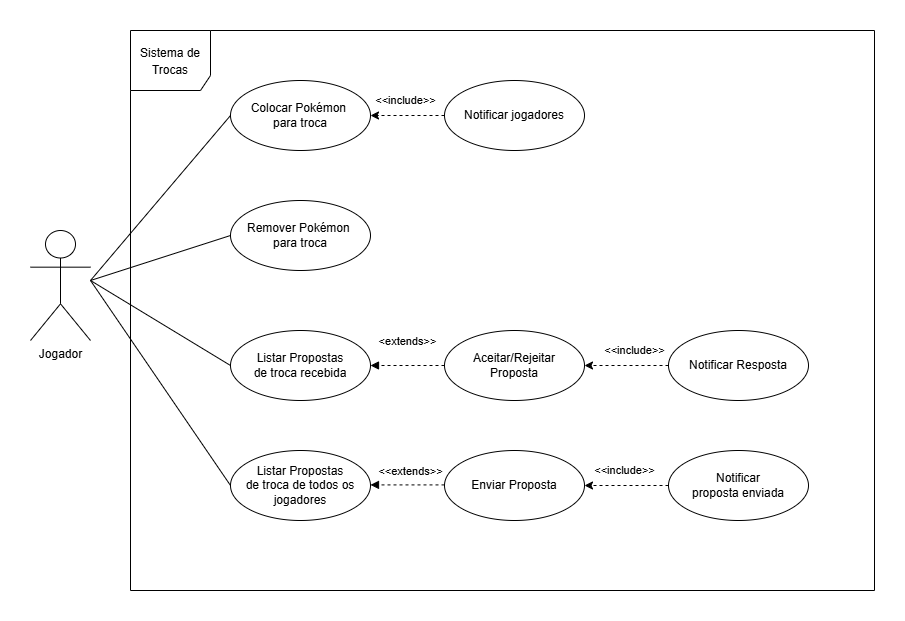
InatelS203-2025-1/TrocaDeCartas keeps this draw.io diagram as Diagramas/Diagrama_de_uso.png. Above is the earlier version. Source tidied: cells renumbered, new cells last; positions are measured from the earlier drawing's top-left corner, leaving out a move shared by most shapes.
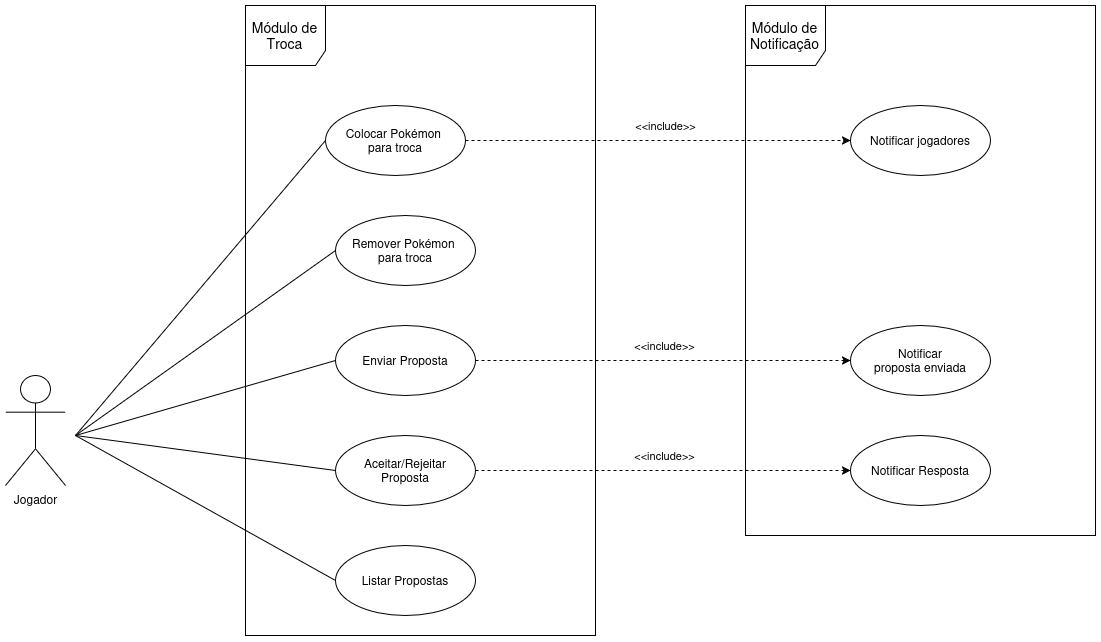
Above is the later version.

Commit message:
Adiciona os diagramas atualizados com a implementação do SOLID.

The edit, as a diff of the source:
```diff
@@ -4,86 +4,70 @@
     <mxCell id="1" parent="0" />
     <mxCell id="2" style="rounded=0;jettySize=auto;html=1;entryX=0;entryY=0.5;entryDx=0;entryDy=0;endArrow=none;startFill=0;" parent="1" edge="1" target="6">
       <mxGeometry relative="1" as="geometry">
-        <mxPoint x="60" y="250" as="sourcePoint" />
+        <mxPoint x="-406" y="-20" as="sourcePoint" />
       </mxGeometry>
     </mxCell>
     <mxCell id="3" style="rounded=0;jettySize=auto;html=1;endArrow=none;startFill=0;entryX=0;entryY=0.5;entryDx=0;entryDy=0;" parent="1" edge="1" target="9">
       <mxGeometry relative="1" as="geometry">
-        <mxPoint x="60" y="250" as="sourcePoint" />
+        <mxPoint x="-406" y="-20" as="sourcePoint" />
       </mxGeometry>
     </mxCell>
-    <mxCell id="4" style="rounded=0;jettySize=auto;html=1;endArrow=none;startFill=0;entryX=0;entryY=0.5;entryDx=0;entryDy=0;" parent="1" edge="1" target="21">
+    <mxCell id="4" style="rounded=0;jettySize=auto;html=1;entryX=0;entryY=0.5;entryDx=0;entryDy=0;endArrow=none;startFill=0;" parent="1" edge="1" target="11">
       <mxGeometry relative="1" as="geometry">
-        <mxPoint x="60" y="250" as="sourcePoint" />
+        <mxPoint x="-406" y="-20" as="sourcePoint" />
       </mxGeometry>
     </mxCell>
     <mxCell id="5" value="Jogador" style="shape=umlActor;verticalLabelPosition=bottom;verticalAlign=top;html=1;" parent="1" vertex="1">
-      <mxGeometry y="200" width="60" height="110" as="geometry" />
+      <mxGeometry x="-476" y="-80" width="60" height="110" as="geometry" />
     </mxCell>
     <mxCell id="6" value="Colocar Pokémon&amp;nbsp;&lt;div&gt;para troca&lt;/div&gt;" style="ellipse;whiteSpace=wrap;html=1;" parent="1" vertex="1">
-      <mxGeometry x="200" y="50" width="140" height="70" as="geometry" />
+      <mxGeometry x="-156" y="-350" width="140" height="70" as="geometry" />
     </mxCell>
     <mxCell id="7" value="&lt;font&gt;Notificar&lt;/font&gt;&lt;div&gt;&lt;font&gt;proposta enviada&lt;/font&gt;&lt;/div&gt;" style="ellipse;whiteSpace=wrap;html=1;" parent="1" vertex="1">
-      <mxGeometry x="638" y="420" width="140" height="70" as="geometry" />
+      <mxGeometry x="369" y="-130" width="140" height="70" as="geometry" />
     </mxCell>
-    <mxCell id="8" value="&lt;font style=&quot;font-size: 12px;&quot;&gt;Sistema de Trocas&lt;/font&gt;" style="shape=umlFrame;whiteSpace=wrap;html=1;align=center;width=80;height=60;fontSize=14;verticalAlign=middle;" parent="1" vertex="1">
-      <mxGeometry x="100" width="744" height="560" as="geometry" />
-    </mxCell>
-    <mxCell id="9" value="Listar Propostas&lt;div&gt;de troca recebida&lt;/div&gt;" style="ellipse;whiteSpace=wrap;html=1;" parent="1" vertex="1">
-      <mxGeometry x="200" y="300" width="140" height="70" as="geometry" />
+    <mxCell id="9" value="&lt;div&gt;Listar Propostas&lt;/div&gt;" style="ellipse;whiteSpace=wrap;html=1;" parent="1" vertex="1">
+      <mxGeometry x="-146" y="90" width="140" height="70" as="geometry" />
     </mxCell>
-    <mxCell id="10" value="&amp;lt;&amp;lt;include&amp;gt;&amp;gt;" style="edgeStyle=none;shape=connector;rounded=0;jettySize=auto;html=1;strokeColor=default;align=center;verticalAlign=middle;fontFamily=Helvetica;fontSize=11;fontColor=default;labelBackgroundColor=default;startFill=0;endArrow=classic;endFill=1;exitX=0;exitY=0.5;exitDx=0;exitDy=0;dashed=1;" parent="1" edge="1" source="7" target="11">
-      <mxGeometry x="0.05" y="-15" relative="1" as="geometry" />
+    <mxCell id="10" value="&amp;lt;&amp;lt;include&amp;gt;&amp;gt;" style="edgeStyle=none;shape=connector;rounded=0;jettySize=auto;html=1;strokeColor=default;align=center;verticalAlign=middle;fontFamily=Helvetica;fontSize=11;fontColor=default;labelBackgroundColor=default;startFill=0;endArrow=classic;endFill=1;exitX=1;exitY=0.5;exitDx=0;exitDy=0;dashed=1;entryX=0;entryY=0.5;entryDx=0;entryDy=0;" parent="1" edge="1" source="11" target="7">
+      <mxGeometry x="0.01" y="15" relative="1" as="geometry" />
     </mxCell>
     <mxCell id="11" value="Enviar Proposta" style="ellipse;whiteSpace=wrap;html=1;" parent="1" vertex="1">
-      <mxGeometry x="414" y="420" width="140" height="70" as="geometry" />
+      <mxGeometry x="-146" y="-130" width="140" height="70" as="geometry" />
     </mxCell>
-    <mxCell id="12" style="edgeStyle=none;shape=connector;rounded=0;jettySize=auto;html=1;entryX=1;entryY=0.5;entryDx=0;entryDy=0;strokeColor=default;align=center;verticalAlign=middle;fontFamily=Helvetica;fontSize=11;fontColor=default;labelBackgroundColor=default;startFill=0;endArrow=block;startArrow=none;dashed=1;exitX=0;exitY=0.5;exitDx=0;exitDy=0;endFill=1;" parent="1" edge="1" source="13">
-      <mxGeometry relative="1" as="geometry">
-        <mxPoint x="340" y="335" as="targetPoint" />
-      </mxGeometry>
-    </mxCell>
     <mxCell id="13" value="Aceitar/Rejeitar&lt;br&gt;Proposta" style="ellipse;whiteSpace=wrap;html=1;" parent="1" vertex="1">
-      <mxGeometry x="414" y="300" width="140" height="70" as="geometry" />
+      <mxGeometry x="-146" y="-20" width="140" height="70" as="geometry" />
     </mxCell>
-    <mxCell id="14" value="&amp;lt;extends&amp;gt;&amp;gt;" style="edgeLabel;html=1;align=center;verticalAlign=middle;fontFamily=Helvetica;fontSize=11;fontColor=default;labelBackgroundColor=default;" parent="1" vertex="1">
-      <mxGeometry x="364" y="420" as="geometry">
-        <mxPoint x="12" y="-110" as="offset" />
-      </mxGeometry>
-    </mxCell>
-    <mxCell id="15" value="&amp;lt;&amp;lt;include&amp;gt;&amp;gt;" style="rounded=0;jettySize=auto;html=1;entryX=1;entryY=0.5;entryDx=0;entryDy=0;dashed=1;" parent="1" edge="1" source="16" target="6">
-      <mxGeometry x="0.04" y="-15" relative="1" as="geometry" />
+    <mxCell id="15" value="&amp;lt;&amp;lt;include&amp;gt;&amp;gt;" style="rounded=0;jettySize=auto;html=1;dashed=1;exitX=1;exitY=0.5;exitDx=0;exitDy=0;entryX=0;entryY=0.5;entryDx=0;entryDy=0;" parent="1" edge="1" source="6" target="16">
+      <mxGeometry x="0.04" y="15" relative="1" as="geometry" />
     </mxCell>
     <mxCell id="16" value="Notificar jogadores" style="ellipse;whiteSpace=wrap;html=1;" parent="1" vertex="1">
-      <mxGeometry x="414" y="50" width="140" height="70" as="geometry" />
+      <mxGeometry x="369" y="-350" width="140" height="70" as="geometry" />
     </mxCell>
     <mxCell id="17" value="Notificar Resposta" style="ellipse;whiteSpace=wrap;html=1;" parent="1" vertex="1">
-      <mxGeometry x="638" y="300" width="140" height="70" as="geometry" />
+      <mxGeometry x="369" y="-20" width="140" height="70" as="geometry" />
     </mxCell>
-    <mxCell id="18" value="&amp;lt;&amp;lt;include&amp;gt;&amp;gt;" style="edgeStyle=none;shape=connector;rounded=0;jettySize=auto;html=1;strokeColor=default;align=center;verticalAlign=middle;fontFamily=Helvetica;fontSize=11;fontColor=default;labelBackgroundColor=default;startFill=0;endArrow=classic;endFill=1;entryX=1;entryY=0.5;entryDx=0;entryDy=0;dashed=1;exitX=0;exitY=0.5;exitDx=0;exitDy=0;" parent="1" edge="1" source="17" target="13">
-      <mxGeometry x="-0.2" y="-15" relative="1" as="geometry" />
+    <mxCell id="18" value="&amp;lt;&amp;lt;include&amp;gt;&amp;gt;" style="edgeStyle=none;shape=connector;rounded=0;jettySize=auto;html=1;strokeColor=default;align=center;verticalAlign=middle;fontFamily=Helvetica;fontSize=11;fontColor=default;labelBackgroundColor=default;startFill=0;endArrow=classic;endFill=1;dashed=1;exitX=1;exitY=0.5;exitDx=0;exitDy=0;entryX=0;entryY=0.5;entryDx=0;entryDy=0;" parent="1" edge="1" source="13" target="17">
+      <mxGeometry x="0.01" y="15" relative="1" as="geometry" />
     </mxCell>
     <mxCell id="19" style="rounded=0;jettySize=auto;html=1;endArrow=none;startFill=0;exitX=0;exitY=0.5;exitDx=0;exitDy=0;" parent="1" edge="1" source="20">
       <mxGeometry relative="1" as="geometry">
-        <mxPoint x="60" y="250" as="targetPoint" />
+        <mxPoint x="-406" y="-20" as="targetPoint" />
       </mxGeometry>
     </mxCell>
     <mxCell id="20" value="Remover Pokémon&amp;nbsp;&lt;div&gt;para troca&lt;/div&gt;" style="ellipse;whiteSpace=wrap;html=1;" parent="1" vertex="1">
-      <mxGeometry x="200" y="170" width="140" height="70" as="geometry" />
+      <mxGeometry x="-146" y="-240" width="140" height="70" as="geometry" />
     </mxCell>
-    <mxCell id="21" value="Listar Propostas&lt;div&gt;de troca de todos os jogadores&lt;/div&gt;" style="ellipse;whiteSpace=wrap;html=1;" parent="1" vertex="1">
-      <mxGeometry x="200" y="420" width="140" height="70" as="geometry" />
-    </mxCell>
-    <mxCell id="22" style="edgeStyle=none;shape=connector;rounded=0;orthogonalLoop=1;jettySize=auto;html=1;entryX=1;entryY=0.5;entryDx=0;entryDy=0;strokeColor=default;align=center;verticalAlign=middle;fontFamily=Helvetica;fontSize=11;fontColor=default;labelBackgroundColor=default;startFill=0;endArrow=block;startArrow=none;dashed=1;exitX=0;exitY=0.5;exitDx=0;exitDy=0;endFill=1;" parent="1" edge="1">
-      <mxGeometry relative="1" as="geometry">
-        <mxPoint x="414" y="454.4" as="sourcePoint" />
-        <mxPoint x="340" y="454.4" as="targetPoint" />
-      </mxGeometry>
-    </mxCell>
-    <mxCell id="23" value="&amp;lt;&amp;lt;extends&amp;gt;&amp;gt;" style="edgeLabel;html=1;align=center;verticalAlign=middle;" parent="22" vertex="1">
-      <mxGeometry x="-0.06" y="1" relative="1" as="geometry">
-        <mxPoint y="-15" as="offset" />
-      </mxGeometry>
-    </mxCell>
+    <mxCell id="24" value="&lt;div&gt;Módulo de Troca&lt;/div&gt;" style="shape=umlFrame;whiteSpace=wrap;html=1;align=center;width=80;height=60;fontSize=14;verticalAlign=middle;" parent="1" vertex="1">
+      <mxGeometry x="-236" y="-450" width="350" height="630" as="geometry" />
+    </mxCell>
+    <mxCell id="25" value="&lt;div&gt;Módulo de Notificação&lt;/div&gt;" style="shape=umlFrame;whiteSpace=wrap;html=1;align=center;width=80;height=60;fontSize=14;verticalAlign=middle;" parent="1" vertex="1">
+      <mxGeometry x="264" y="-450" width="350" height="530" as="geometry" />
+    </mxCell>
+    <mxCell id="26" style="rounded=0;jettySize=auto;html=1;entryX=0;entryY=0.5;entryDx=0;entryDy=0;endArrow=none;startFill=0;" parent="1" edge="1" target="13">
+      <mxGeometry relative="1" as="geometry">
+        <mxPoint x="-406" y="-20" as="sourcePoint" />
+      </mxGeometry>
+    </mxCell>
   </root>
 </mxGraphModel>
```
